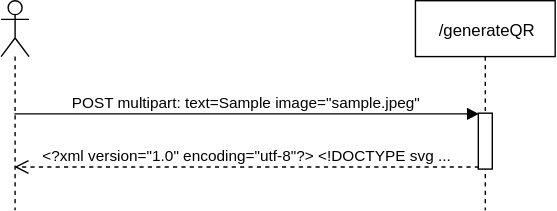
Earlier version of the draw.io export schemes/image+generate.svg (LinQRapp/QR-docs). Source tidied: cells renumbered, new cells last; positions are measured from the earlier drawing's top-left corner, leaving out a move shared by most shapes.
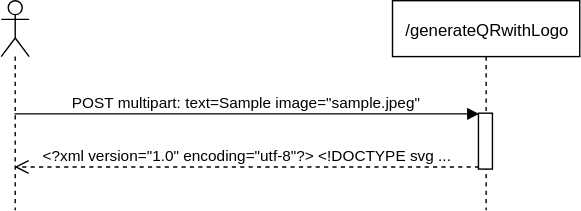
The same file after the commit.

Commit message:
Divide for two endpoints

The edit, as a diff of the source:
```diff
@@ -2,8 +2,8 @@
   <root>
     <mxCell id="0" />
     <mxCell id="1" parent="0" />
-    <mxCell id="2" value="/generateQR" style="shape=umlLifeline;perimeter=lifelinePerimeter;whiteSpace=wrap;html=1;" parent="1" vertex="1">
-      <mxGeometry x="296.5" width="100" height="150" as="geometry" />
+    <mxCell id="2" value="/generateQRwithLogo" style="shape=umlLifeline;perimeter=lifelinePerimeter;whiteSpace=wrap;html=1;" parent="1" vertex="1">
+      <mxGeometry x="280" width="134" height="150" as="geometry" />
     </mxCell>
     <mxCell id="3" style="shape=umlLifeline;participant=umlActor;perimeter=lifelinePerimeter;whiteSpace=wrap;html=1;verticalAlign=top;spacingTop=36;labelBackgroundColor=#ffffff;outlineConnect=0;" parent="1" vertex="1">
       <mxGeometry width="20" height="150" as="geometry" />
```
